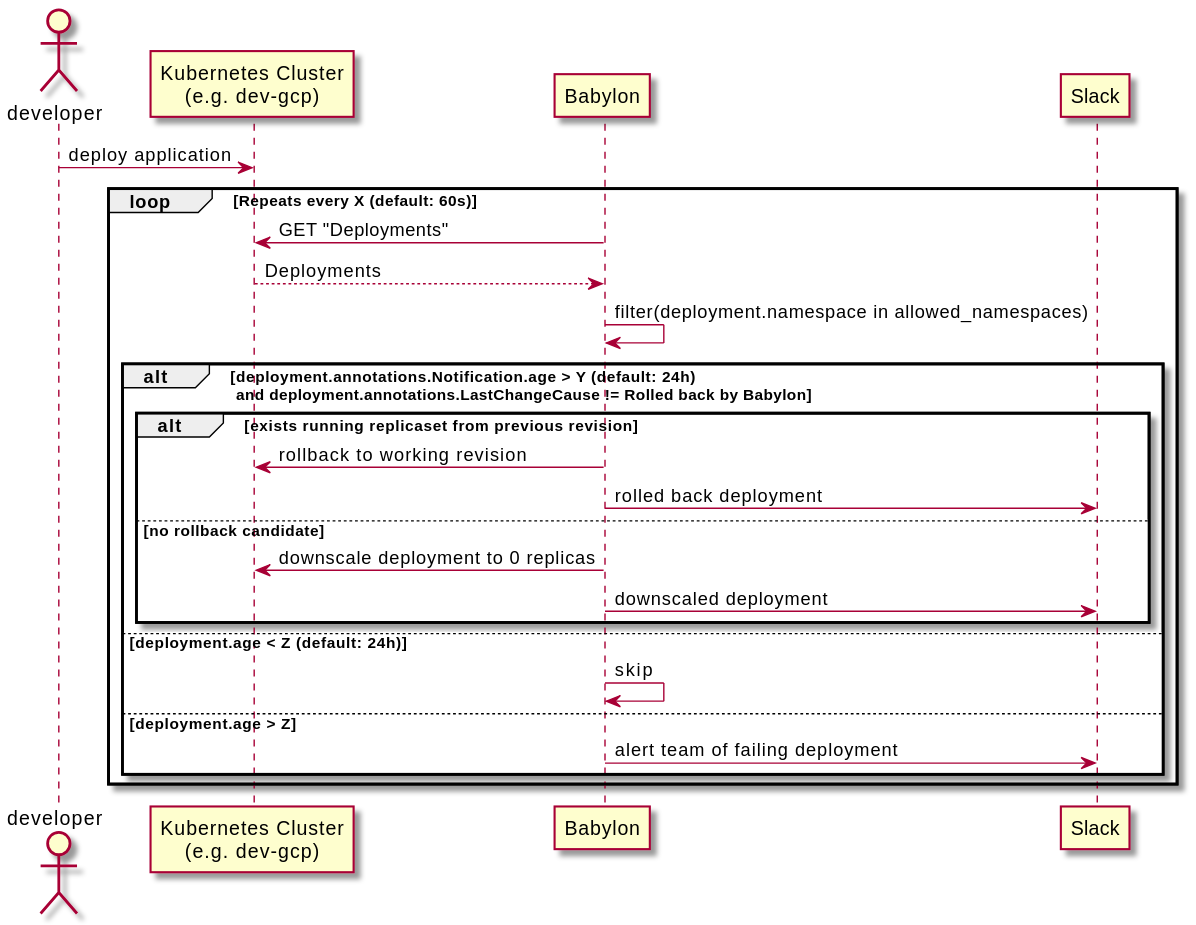
Above: docs/babylon-flow.svg in nais/babylon (PlantUML), before the change.
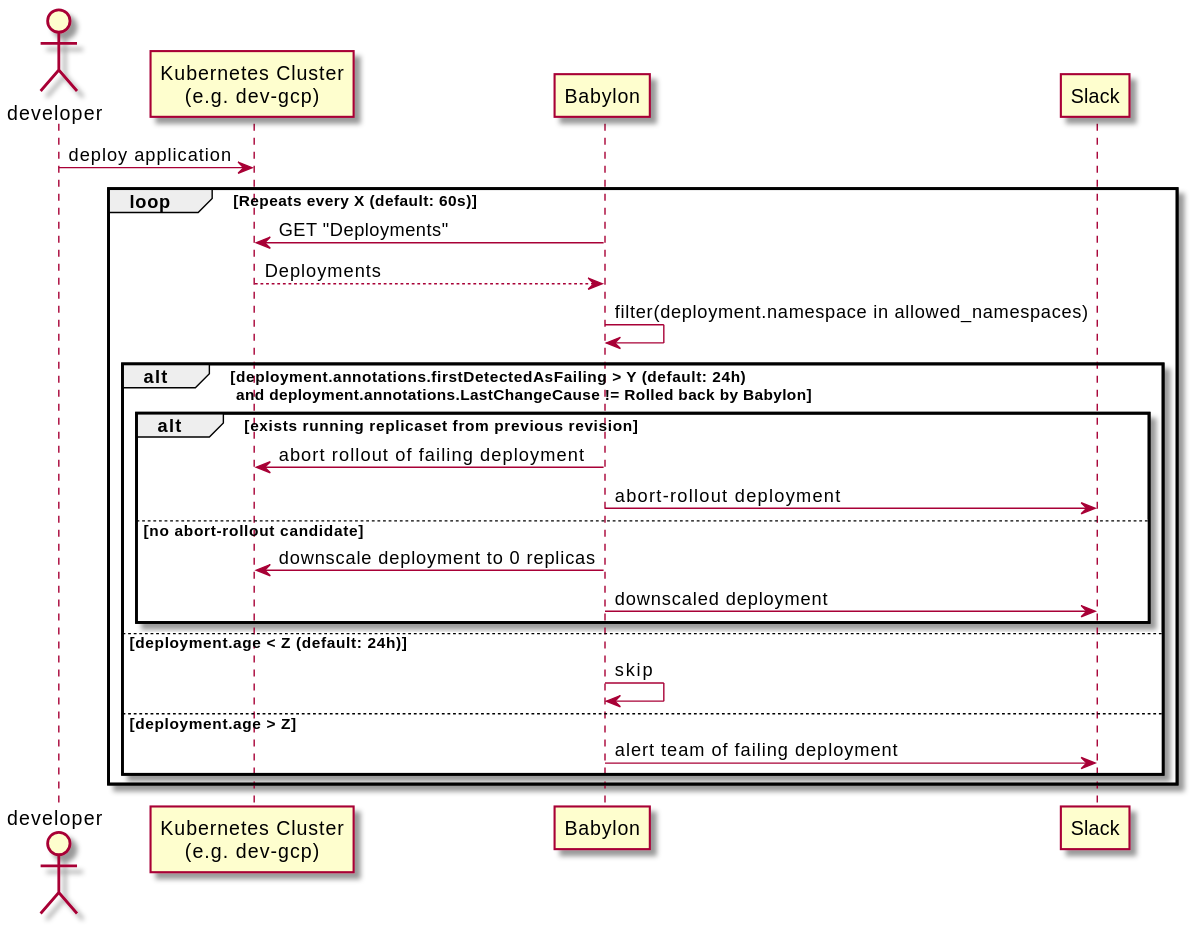
The same diagram one commit later.

Commit message:
[ci skip] Generate diagram

Change to the diagram source:
```diff
@@ -10,14 +10,14 @@
 return Deployments
 babylon -> babylon: filter(deployment.namespace in allowed_namespaces)
 
-alt deployment.annotations.Notification.age > Y (default: 24h) \n and deployment.annotations.LastChangeCause != Rolled back by Babylon
+alt deployment.annotations.firstDetectedAsFailing > Y (default: 24h) \n and deployment.annotations.LastChangeCause != Rolled back by Babylon
 
     alt exists running replicaset from previous revision
 
-        babylon -> k8s: rollback to working revision
-        babylon -> alertmanager: rolled back deployment
+        babylon -> k8s: abort rollout of failing deployment
+        babylon -> alertmanager: abort-rollout deployment
 
-    else no rollback candidate
+    else no abort-rollout candidate
 
         babylon -> k8s: downscale deployment to 0 replicas
         babylon -> alertmanager: downscaled deployment
```
